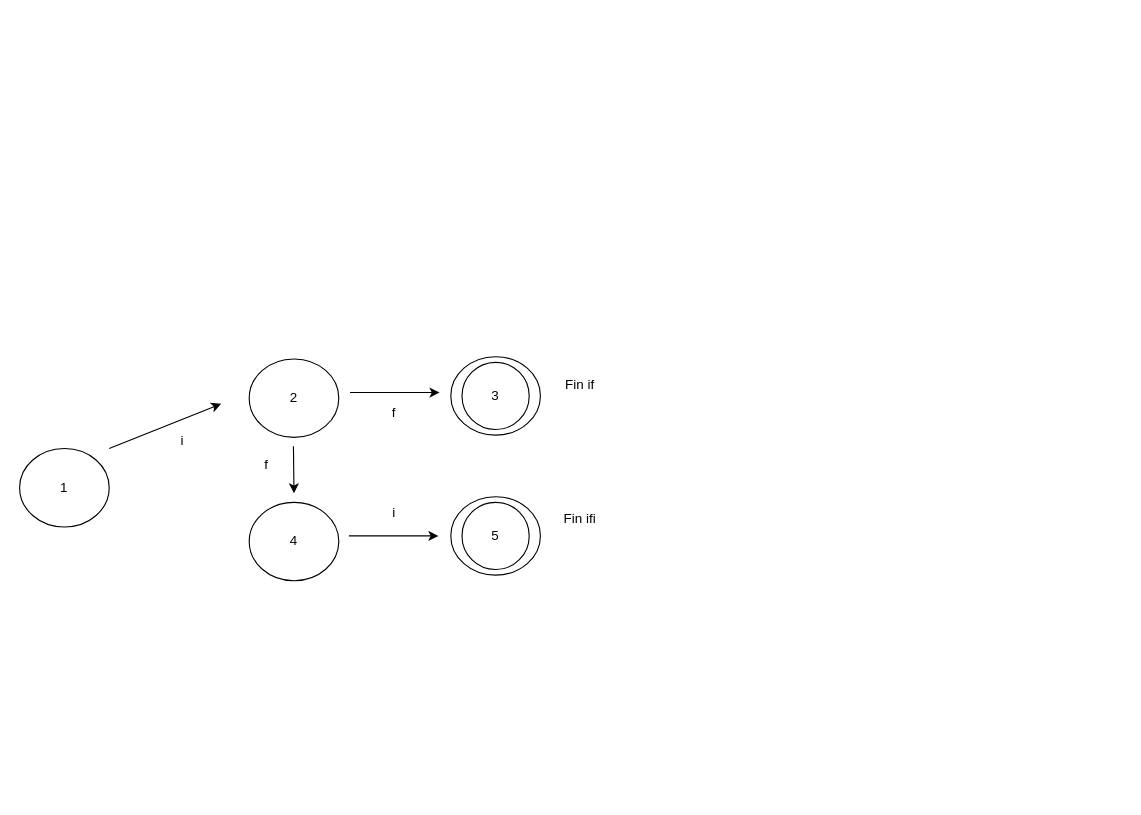
Earlier version of the draw.io diagram Diagrama de transicion.drawio (Maxcimix/ProyectoNode). Source tidied: cells renumbered, new cells numbered last; positions are measured from the earlier drawing's top-left corner, leaving out a move shared by most shapes. Both pictures are drawn from the tidied source at 112%, with x=0, y=0 at pixel (19, 356).
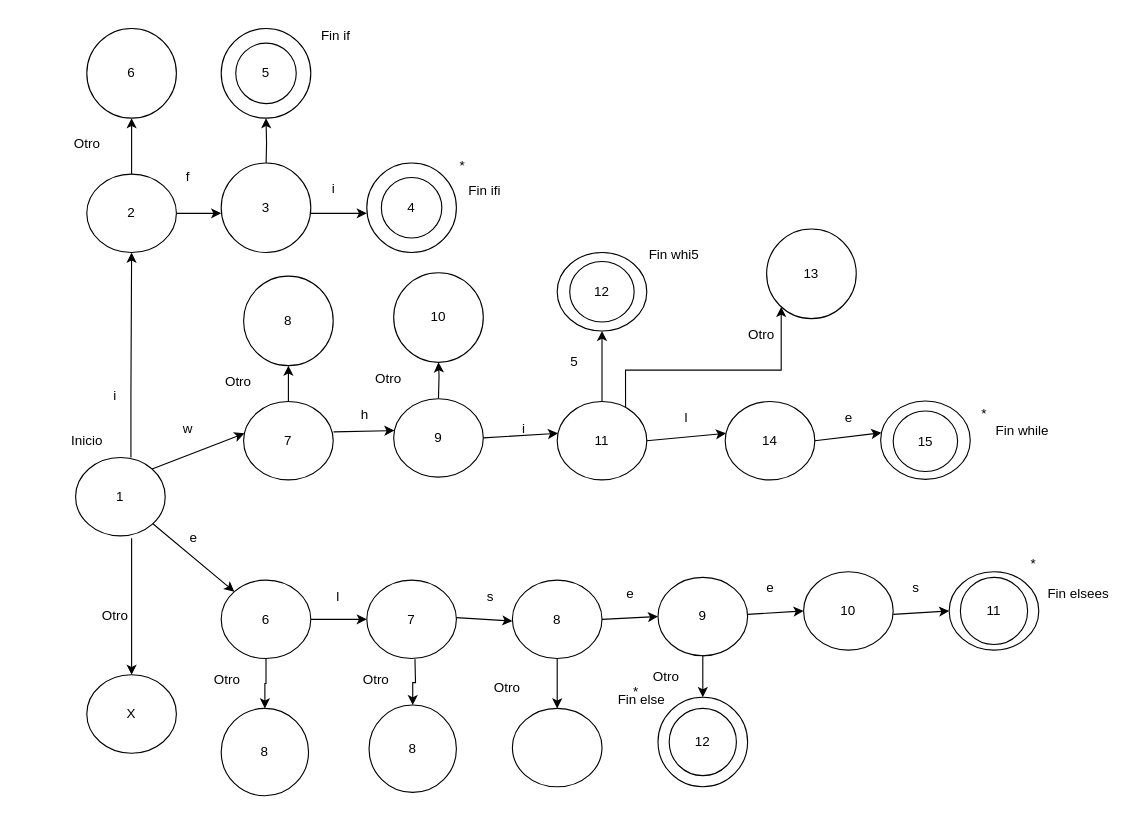
After the change.

The edit, as a diff of the source:
```diff
@@
+    <mxCell id="19" style="edgeStyle=orthogonalEdgeStyle;rounded=0;jettySize=auto;html=1;entryX=0.5;entryY=0;entryDx=0;entryDy=0;" parent="1" edge="1" target="35">
+      <mxGeometry relative="1" as="geometry">
+        <mxPoint x="100" y="162" as="sourcePoint" />
+        <Array as="points">
+          <mxPoint x="100" y="279" />
+        </Array>
+      </mxGeometry>
+    </mxCell>
     <mxCell id="2" value="1" style="ellipse;whiteSpace=wrap;html=1;" parent="1" vertex="1">
-      <mxGeometry y="82" width="80" height="70" as="geometry" />
+      <mxGeometry x="50" y="90" width="80" height="70" as="geometry" />
     </mxCell>
-    <mxCell id="3" style="endArrow=classic;html=1;rounded=0;" parent="1" edge="1">
-      <mxGeometry relative="1" as="geometry">
-        <mxPoint x="80" y="82" as="sourcePoint" />
-        <mxPoint x="180" y="42" as="targetPoint" />
-      </mxGeometry>
-    </mxCell>
-    <mxCell id="4" value="i" style="text;html=1;align=center;verticalAlign=middle;strokeColor=none;fillColor=none;" parent="1" vertex="1">
-      <mxGeometry x="130" y="60" width="30" height="30" as="geometry" />
-    </mxCell>
+    <mxCell id="20" style="endArrow=classic;html=1;rounded=0;entryX=0;entryY=0;entryDx=0;entryDy=0;" parent="1" edge="1" source="2" target="22">
+      <mxGeometry relative="1" as="geometry" />
+    </mxCell>
+    <mxCell id="21" style="edgeStyle=orthogonalEdgeStyle;rounded=0;jettySize=auto;html=1;entryX=0.5;entryY=0;entryDx=0;entryDy=0;" parent="1" edge="1" source="22" target="95">
+      <mxGeometry relative="1" as="geometry" />
+    </mxCell>
+    <mxCell id="22" value="6" style="ellipse;whiteSpace=wrap;html=1;" parent="1" vertex="1">
+      <mxGeometry x="180" y="199.5" width="80" height="70" as="geometry" />
+    </mxCell>
+    <mxCell id="23" value="e" style="text;html=1;align=center;verticalAlign=middle;strokeColor=none;fillColor=none;" parent="1" vertex="1">
+      <mxGeometry x="140" y="147" width="30" height="30" as="geometry" />
+    </mxCell>
+    <mxCell id="24" value="8" style="ellipse;whiteSpace=wrap;html=1;" parent="1" vertex="1">
+      <mxGeometry x="440" y="199.5" width="80" height="70" as="geometry" />
+    </mxCell>
+    <mxCell id="25" value="9" style="ellipse;whiteSpace=wrap;html=1;" parent="1" vertex="1">
+      <mxGeometry x="570" y="197" width="80" height="70" as="geometry" />
+    </mxCell>
+    <mxCell id="26" style="endArrow=classic;html=1;rounded=0;exitX=1;exitY=0.5;exitDx=0;exitDy=0;entryX=0;entryY=0.5;entryDx=0;entryDy=0;" parent="1" edge="1" source="24" target="25">
+      <mxGeometry relative="1" as="geometry" />
+    </mxCell>
+    <mxCell id="27" value="7" style="ellipse;whiteSpace=wrap;html=1;" parent="1" vertex="1">
+      <mxGeometry x="310" y="199.5" width="80" height="70" as="geometry" />
+    </mxCell>
+    <mxCell id="28" style="endArrow=classic;html=1;rounded=0;exitX=1;exitY=0.5;exitDx=0;exitDy=0;entryX=0;entryY=0.5;entryDx=0;entryDy=0;" parent="1" edge="1" source="22" target="27">
+      <mxGeometry relative="1" as="geometry" />
+    </mxCell>
+    <mxCell id="29" style="endArrow=classic;html=1;rounded=0;exitX=1;exitY=0.5;exitDx=0;exitDy=0;entryX=0;entryY=0.5;entryDx=0;entryDy=0;" parent="1" edge="1">
+      <mxGeometry relative="1" as="geometry">
+        <mxPoint x="390" y="233" as="sourcePoint" />
+        <mxPoint x="440" y="236" as="targetPoint" />
+      </mxGeometry>
+    </mxCell>
+    <mxCell id="30" value="l" style="text;html=1;align=center;verticalAlign=middle;strokeColor=none;fillColor=none;" parent="1" vertex="1">
+      <mxGeometry x="269" y="199.5" width="30" height="30" as="geometry" />
+    </mxCell>
+    <mxCell id="31" value="s" style="text;html=1;align=center;verticalAlign=middle;strokeColor=none;fillColor=none;" parent="1" vertex="1">
+      <mxGeometry x="405" y="199.5" width="30" height="30" as="geometry" />
+    </mxCell>
+    <mxCell id="32" value="e" style="text;html=1;align=center;verticalAlign=middle;strokeColor=none;fillColor=none;" parent="1" vertex="1">
+      <mxGeometry x="530" y="197" width="30" height="30" as="geometry" />
+    </mxCell>
+    <mxCell id="33" value="Fin elsees" style="text;html=1;align=center;verticalAlign=middle;strokeColor=none;fillColor=none;" parent="1" vertex="1">
+      <mxGeometry x="905" y="197" width="80" height="30" as="geometry" />
+    </mxCell>
+    <mxCell id="34" value="Inicio" style="text;html=1;align=center;verticalAlign=middle;strokeColor=none;fillColor=none;" parent="1" vertex="1">
+      <mxGeometry x="35" y="60" width="50" height="30" as="geometry" />
+    </mxCell>
+    <mxCell id="35" value="X" style="ellipse;whiteSpace=wrap;html=1;" parent="1" vertex="1">
+      <mxGeometry x="60" y="284" width="80" height="70" as="geometry" />
+    </mxCell>
+    <mxCell id="36" value="10" style="ellipse;whiteSpace=wrap;html=1;" parent="1" vertex="1">
+      <mxGeometry x="700" y="192" width="80" height="70" as="geometry" />
+    </mxCell>
+    <mxCell id="37" style="endArrow=classic;html=1;rounded=0;exitX=1;exitY=0.5;exitDx=0;exitDy=0;entryX=0;entryY=0.5;entryDx=0;entryDy=0;" parent="1" edge="1" target="36">
+      <mxGeometry relative="1" as="geometry">
+        <mxPoint x="650" y="230" as="sourcePoint" />
+      </mxGeometry>
+    </mxCell>
+    <mxCell id="38" value="e" style="text;html=1;align=center;verticalAlign=middle;strokeColor=none;fillColor=none;" parent="1" vertex="1">
+      <mxGeometry x="655" y="192" width="30" height="30" as="geometry" />
+    </mxCell>
+    <mxCell id="39" style="ellipse;whiteSpace=wrap;html=1;" parent="1" vertex="1">
+      <mxGeometry x="830" y="192" width="80" height="70" as="geometry" />
+    </mxCell>
+    <mxCell id="40" style="endArrow=classic;html=1;rounded=0;exitX=1;exitY=0.5;exitDx=0;exitDy=0;entryX=0;entryY=0.5;entryDx=0;entryDy=0;" parent="1" edge="1" target="39">
+      <mxGeometry relative="1" as="geometry">
+        <mxPoint x="780" y="230" as="sourcePoint" />
+      </mxGeometry>
+    </mxCell>
+    <mxCell id="41" value="s" style="text;html=1;align=center;verticalAlign=middle;strokeColor=none;fillColor=none;" parent="1" vertex="1">
+      <mxGeometry x="785" y="192" width="30" height="30" as="geometry" />
+    </mxCell>
+    <mxCell id="42" value="11" style="ellipse;whiteSpace=wrap;html=1;" parent="1" vertex="1">
+      <mxGeometry x="840" y="197" width="60" height="60" as="geometry" />
+    </mxCell>
+    <mxCell id="43" style="endArrow=classic;html=1;rounded=0;entryX=0.5;entryY=0;entryDx=0;entryDy=0;" parent="1" edge="1" source="24" target="44">
+      <mxGeometry relative="1" as="geometry" />
+    </mxCell>
+    <mxCell id="44" style="ellipse;whiteSpace=wrap;html=1;" parent="1" vertex="1">
+      <mxGeometry x="440" y="314" width="80" height="70" as="geometry" />
+    </mxCell>
+    <mxCell id="45" value="Otro" style="text;html=1;align=center;verticalAlign=middle;strokeColor=none;fillColor=none;" parent="1" vertex="1">
+      <mxGeometry x="410" y="281" width="50" height="30" as="geometry" />
+    </mxCell>
+    <mxCell id="46" value="*" style="text;html=1;align=center;verticalAlign=middle;strokeColor=none;fillColor=none;" parent="1" vertex="1">
+      <mxGeometry x="535" y="284" width="30" height="30" as="geometry" />
+    </mxCell>
+    <mxCell id="47" value="*" style="text;html=1;align=center;verticalAlign=middle;strokeColor=none;fillColor=none;" parent="1" vertex="1">
+      <mxGeometry x="890" y="169.5" width="30" height="30" as="geometry" />
+    </mxCell>
+    <mxCell id="48" value="Fin else" style="text;html=1;align=center;verticalAlign=middle;strokeColor=none;fillColor=none;" parent="1" vertex="1">
+      <mxGeometry x="520" y="292" width="70" height="30" as="geometry" />
+    </mxCell>
+    <mxCell id="49" style="endArrow=classic;html=1;rounded=0;exitX=1;exitY=0;exitDx=0;exitDy=0;entryX=0.008;entryY=0.406;entryDx=0;entryDy=0;entryPerimeter=0;" parent="1" edge="1" source="2" target="50">
+      <mxGeometry relative="1" as="geometry" />
+    </mxCell>
+    <mxCell id="50" value="7" style="ellipse;whiteSpace=wrap;html=1;" parent="1" vertex="1">
+      <mxGeometry x="200" y="40" width="80" height="70" as="geometry" />
+    </mxCell>
+    <mxCell id="51" value="w" style="text;html=1;align=center;verticalAlign=middle;strokeColor=none;fillColor=none;" parent="1" vertex="1">
+      <mxGeometry x="135" y="50" width="30" height="30" as="geometry" />
+    </mxCell>
+    <mxCell id="52" style="endArrow=classic;html=1;rounded=0;exitX=1.004;exitY=0.387;exitDx=0;exitDy=0;exitPerimeter=0;entryX=0.008;entryY=0.406;entryDx=0;entryDy=0;entryPerimeter=0;" parent="1" edge="1" source="50" target="53">
+      <mxGeometry relative="1" as="geometry" />
+    </mxCell>
+    <mxCell id="53" value="9" style="ellipse;whiteSpace=wrap;html=1;" parent="1" vertex="1">
+      <mxGeometry x="334" y="37.5" width="80" height="70" as="geometry" />
+    </mxCell>
+    <mxCell id="54" value="h" style="text;html=1;align=center;verticalAlign=middle;strokeColor=none;fillColor=none;" parent="1" vertex="1">
+      <mxGeometry x="293" y="37" width="30" height="30" as="geometry" />
+    </mxCell>
+    <mxCell id="55" style="endArrow=classic;html=1;rounded=0;exitX=1;exitY=0.5;exitDx=0;exitDy=0;entryX=0.008;entryY=0.406;entryDx=0;entryDy=0;entryPerimeter=0;" parent="1" edge="1" source="53" target="56">
+      <mxGeometry relative="1" as="geometry" />
+    </mxCell>
+    <mxCell id="56" value="11" style="ellipse;whiteSpace=wrap;html=1;" parent="1" vertex="1">
+      <mxGeometry x="480" y="40" width="80" height="70" as="geometry" />
+    </mxCell>
+    <mxCell id="57" value="i" style="text;html=1;align=center;verticalAlign=middle;strokeColor=none;fillColor=none;" parent="1" vertex="1">
+      <mxGeometry x="435" y="50" width="30" height="30" as="geometry" />
+    </mxCell>
+    <mxCell id="58" value="Otro" style="text;html=1;align=center;verticalAlign=middle;strokeColor=none;fillColor=none;" parent="1" vertex="1">
+      <mxGeometry x="60" y="216.5" width="50" height="30" as="geometry" />
+    </mxCell>
+    <mxCell id="59" style="endArrow=classic;html=1;rounded=0;exitX=0.5;exitY=0;exitDx=0;exitDy=0;entryX=0.5;entryY=1;entryDx=0;entryDy=0;" parent="1" edge="1" source="56" target="70">
+      <mxGeometry relative="1" as="geometry" />
+    </mxCell>
+    <mxCell id="60" value="5" style="text;html=1;align=center;verticalAlign=middle;strokeColor=none;fillColor=none;" parent="1" vertex="1">
+      <mxGeometry x="480" y="-10" width="30" height="30" as="geometry" />
+    </mxCell>
+    <mxCell id="61" style="endArrow=classic;html=1;rounded=0;exitX=1;exitY=0.5;exitDx=0;exitDy=0;entryX=0.008;entryY=0.406;entryDx=0;entryDy=0;entryPerimeter=0;" parent="1" edge="1" source="56" target="62">
+      <mxGeometry relative="1" as="geometry" />
+    </mxCell>
+    <mxCell id="62" value="14" style="ellipse;whiteSpace=wrap;html=1;" parent="1" vertex="1">
+      <mxGeometry x="630" y="40" width="80" height="70" as="geometry" />
+    </mxCell>
+    <mxCell id="63" value="l" style="text;html=1;align=center;verticalAlign=middle;strokeColor=none;fillColor=none;" parent="1" vertex="1">
+      <mxGeometry x="580" y="40" width="30" height="30" as="geometry" />
+    </mxCell>
+    <mxCell id="64" style="endArrow=classic;html=1;rounded=0;exitX=1;exitY=0.5;exitDx=0;exitDy=0;entryX=0.008;entryY=0.406;entryDx=0;entryDy=0;entryPerimeter=0;" parent="1" edge="1" source="62" target="65">
+      <mxGeometry relative="1" as="geometry" />
+    </mxCell>
+    <mxCell id="65" style="ellipse;whiteSpace=wrap;html=1;" parent="1" vertex="1">
+      <mxGeometry x="768.8" y="39.5" width="80" height="70" as="geometry" />
+    </mxCell>
+    <mxCell id="66" value="e" style="text;html=1;align=center;verticalAlign=middle;strokeColor=none;fillColor=none;" parent="1" vertex="1">
+      <mxGeometry x="725" y="40" width="30" height="30" as="geometry" />
+    </mxCell>
+    <mxCell id="67" value="15" style="ellipse;whiteSpace=wrap;html=1;" parent="1" vertex="1">
+      <mxGeometry x="780" y="48.5" width="57.5" height="54" as="geometry" />
+    </mxCell>
+    <mxCell id="68" value="*" style="text;html=1;align=center;verticalAlign=middle;strokeColor=none;fillColor=none;" parent="1" vertex="1">
+      <mxGeometry x="846.2" y="35.5" width="30" height="30" as="geometry" />
+    </mxCell>
+    <mxCell id="69" value="Fin while" style="text;html=1;align=center;verticalAlign=middle;strokeColor=none;fillColor=none;" parent="1" vertex="1">
+      <mxGeometry x="860" y="51" width="70" height="30" as="geometry" />
+    </mxCell>
+    <mxCell id="70" style="ellipse;whiteSpace=wrap;html=1;" parent="1" vertex="1">
+      <mxGeometry x="480" y="-93" width="80" height="70" as="geometry" />
+    </mxCell>
+    <mxCell id="71" value="12" style="ellipse;whiteSpace=wrap;html=1;" parent="1" vertex="1">
+      <mxGeometry x="491.2" y="-85" width="57.5" height="54" as="geometry" />
+    </mxCell>
+    <mxCell id="72" value="Fin whi5" style="text;html=1;align=center;verticalAlign=middle;strokeColor=none;fillColor=none;" parent="1" vertex="1">
+      <mxGeometry x="548.8" y="-106" width="70" height="30" as="geometry" />
+    </mxCell>
+    <mxCell id="73" style="endArrow=classic;html=1;rounded=0;exitX=0.5;exitY=0;exitDx=0;exitDy=0;entryX=0.5;entryY=1;entryDx=0;entryDy=0;" parent="1" edge="1" target="5">
+      <mxGeometry relative="1" as="geometry">
+        <mxPoint x="99.4" y="90" as="sourcePoint" />
+        <Array as="points">
+          <mxPoint x="99.4" y="32" />
+        </Array>
+      </mxGeometry>
+    </mxCell>
+    <mxCell id="74" style="edgeStyle=orthogonalEdgeStyle;rounded=0;jettySize=auto;html=1;" parent="1" edge="1" source="5">
+      <mxGeometry relative="1" as="geometry">
+        <mxPoint x="180" y="-128" as="targetPoint" />
+      </mxGeometry>
+    </mxCell>
+    <mxCell id="75" style="edgeStyle=orthogonalEdgeStyle;rounded=0;jettySize=auto;html=1;" parent="1" edge="1" source="5" target="83">
+      <mxGeometry relative="1" as="geometry" />
+    </mxCell>
     <mxCell id="5" value="2" style="ellipse;whiteSpace=wrap;html=1;" parent="1" vertex="1">
-      <mxGeometry x="205" y="2" width="80" height="70" as="geometry" />
+      <mxGeometry x="60" y="-163" width="80" height="70" as="geometry" />
     </mxCell>
-    <mxCell id="6" style="ellipse;whiteSpace=wrap;html=1;" parent="1" vertex="1">
-      <mxGeometry x="385" width="80" height="70" as="geometry" />
-    </mxCell>
-    <mxCell id="7" style="endArrow=classic;html=1;rounded=0;" parent="1" edge="1">
-      <mxGeometry relative="1" as="geometry">
-        <mxPoint x="295" y="32" as="sourcePoint" />
-        <mxPoint x="375" y="32" as="targetPoint" />
-      </mxGeometry>
-    </mxCell>
-    <mxCell id="8" value="f" style="text;html=1;align=center;verticalAlign=middle;strokeColor=none;fillColor=none;" parent="1" vertex="1">
-      <mxGeometry x="318.5" y="35" width="30" height="30" as="geometry" />
-    </mxCell>
+    <mxCell id="76" value="i" style="text;html=1;align=center;verticalAlign=middle;strokeColor=none;fillColor=none;" parent="1" vertex="1">
+      <mxGeometry x="70" y="20" width="30" height="30" as="geometry" />
+    </mxCell>
+    <mxCell id="77" style="edgeStyle=orthogonalEdgeStyle;rounded=0;orthogonalLoop=1;jettySize=auto;html=1;" parent="1" edge="1">
+      <mxGeometry relative="1" as="geometry">
+        <mxPoint x="260" y="-128" as="sourcePoint" />
+        <mxPoint x="310" y="-128" as="targetPoint" />
+      </mxGeometry>
+    </mxCell>
+    <mxCell id="78" style="edgeStyle=orthogonalEdgeStyle;rounded=0;jettySize=auto;html=1;entryX=0.5;entryY=1;entryDx=0;entryDy=0;" parent="1" edge="1" target="84">
+      <mxGeometry relative="1" as="geometry">
+        <mxPoint x="220" y="-168" as="sourcePoint" />
+      </mxGeometry>
+    </mxCell>
     <mxCell id="9" value="3" style="ellipse;whiteSpace=wrap;html=1;" parent="1" vertex="1">
-      <mxGeometry x="395" y="5" width="60" height="60" as="geometry" />
+      <mxGeometry x="180" y="-173" width="80" height="80" as="geometry" />
     </mxCell>
-    <mxCell id="10" style="endArrow=classic;html=1;rounded=0;" parent="1" edge="1">
-      <mxGeometry relative="1" as="geometry">
-        <mxPoint x="244.5" y="80" as="sourcePoint" />
-        <mxPoint x="245" y="122" as="targetPoint" />
-      </mxGeometry>
-    </mxCell>
+    <mxCell id="79" value="f" style="text;html=1;align=center;verticalAlign=middle;strokeColor=none;fillColor=none;" parent="1" vertex="1">
+      <mxGeometry x="135" y="-175" width="30" height="30" as="geometry" />
+    </mxCell>
+    <mxCell id="80" style="ellipse;whiteSpace=wrap;html=1;" parent="1" vertex="1">
+      <mxGeometry x="310" y="-173" width="80" height="80" as="geometry" />
+    </mxCell>
     <mxCell id="11" value="4" style="ellipse;whiteSpace=wrap;html=1;" parent="1" vertex="1">
-      <mxGeometry x="205" y="130" width="80" height="70" as="geometry" />
+      <mxGeometry x="323" y="-160" width="54" height="54" as="geometry" />
     </mxCell>
-    <mxCell id="12" style="ellipse;whiteSpace=wrap;html=1;" parent="1" vertex="1">
-      <mxGeometry x="385" y="125" width="80" height="70" as="geometry" />
-    </mxCell>
-    <mxCell id="13" style="endArrow=classic;html=1;rounded=0;" parent="1" edge="1">
-      <mxGeometry relative="1" as="geometry">
-        <mxPoint x="294" y="160" as="sourcePoint" />
-        <mxPoint x="374" y="160" as="targetPoint" />
-      </mxGeometry>
-    </mxCell>
-    <mxCell id="14" value="f" style="text;html=1;align=center;verticalAlign=middle;strokeColor=none;fillColor=none;" parent="1" vertex="1">
-      <mxGeometry x="205" y="82" width="30" height="30" as="geometry" />
-    </mxCell>
+    <mxCell id="18" value="Fin ifi" style="text;html=1;align=center;verticalAlign=middle;strokeColor=none;fillColor=none;" parent="1" vertex="1">
+      <mxGeometry x="390" y="-163" width="50" height="30" as="geometry" />
+    </mxCell>
+    <mxCell id="81" value="*" style="text;html=1;align=center;verticalAlign=middle;strokeColor=none;fillColor=none;" parent="1" vertex="1">
+      <mxGeometry x="380" y="-185" width="30" height="30" as="geometry" />
+    </mxCell>
+    <mxCell id="82" value="i" style="text;html=1;align=center;verticalAlign=middle;strokeColor=none;fillColor=none;" parent="1" vertex="1">
+      <mxGeometry x="265" y="-165" width="30" height="30" as="geometry" />
+    </mxCell>
+    <mxCell id="83" value="6" style="ellipse;whiteSpace=wrap;html=1;" parent="1" vertex="1">
+      <mxGeometry x="60" y="-293" width="80" height="80" as="geometry" />
+    </mxCell>
+    <mxCell id="84" style="ellipse;whiteSpace=wrap;html=1;" parent="1" vertex="1">
+      <mxGeometry x="180" y="-293" width="80" height="80" as="geometry" />
+    </mxCell>
     <mxCell id="15" value="5" style="ellipse;whiteSpace=wrap;html=1;" parent="1" vertex="1">
-      <mxGeometry x="395" y="130" width="60" height="60" as="geometry" />
+      <mxGeometry x="193" y="-280" width="54" height="54" as="geometry" />
     </mxCell>
-    <mxCell id="16" value="i" style="text;html=1;align=center;verticalAlign=middle;strokeColor=none;fillColor=none;" parent="1" vertex="1">
-      <mxGeometry x="319" y="125" width="30" height="30" as="geometry" />
-    </mxCell>
     <mxCell id="17" value="Fin if" style="text;html=1;align=center;verticalAlign=middle;strokeColor=none;fillColor=none;" parent="1" vertex="1">
-      <mxGeometry x="475" y="10" width="50" height="30" as="geometry" />
+      <mxGeometry x="257" y="-301" width="50" height="30" as="geometry" />
     </mxCell>
-    <mxCell id="18" value="Fin ifi" style="text;html=1;align=center;verticalAlign=middle;strokeColor=none;fillColor=none;" parent="1" vertex="1">
-      <mxGeometry x="475" y="130" width="50" height="30" as="geometry" />
-    </mxCell>
+    <mxCell id="85" value="Otro" style="text;html=1;align=center;verticalAlign=middle;strokeColor=none;fillColor=none;" parent="1" vertex="1">
+      <mxGeometry x="35" y="-205" width="50" height="30" as="geometry" />
+    </mxCell>
+    <mxCell id="86" style="edgeStyle=orthogonalEdgeStyle;rounded=0;jettySize=auto;html=1;exitX=0.5;exitY=0;exitDx=0;exitDy=0;" parent="1" edge="1" source="50" target="87">
+      <mxGeometry relative="1" as="geometry" />
+    </mxCell>
+    <mxCell id="87" value="8" style="ellipse;whiteSpace=wrap;html=1;" parent="1" vertex="1">
+      <mxGeometry x="200" y="-72" width="80" height="80" as="geometry" />
+    </mxCell>
+    <mxCell id="88" value="Otro" style="text;html=1;align=center;verticalAlign=middle;strokeColor=none;fillColor=none;" parent="1" vertex="1">
+      <mxGeometry x="170" y="7.5" width="50" height="30" as="geometry" />
+    </mxCell>
+    <mxCell id="89" style="edgeStyle=orthogonalEdgeStyle;rounded=0;jettySize=auto;html=1;exitX=0.5;exitY=0;exitDx=0;exitDy=0;" parent="1" edge="1" target="90">
+      <mxGeometry relative="1" as="geometry">
+        <mxPoint x="374" y="37" as="sourcePoint" />
+      </mxGeometry>
+    </mxCell>
+    <mxCell id="90" value="10" style="ellipse;whiteSpace=wrap;html=1;" parent="1" vertex="1">
+      <mxGeometry x="334" y="-75" width="80" height="80" as="geometry" />
+    </mxCell>
+    <mxCell id="91" value="Otro" style="text;html=1;align=center;verticalAlign=middle;strokeColor=none;fillColor=none;" parent="1" vertex="1">
+      <mxGeometry x="304" y="4.5" width="50" height="30" as="geometry" />
+    </mxCell>
+    <mxCell id="92" style="edgeStyle=orthogonalEdgeStyle;rounded=0;jettySize=auto;html=1;exitX=0.763;exitY=0.075;exitDx=0;exitDy=0;exitPerimeter=0;" parent="1" edge="1" source="56" target="93">
+      <mxGeometry relative="1" as="geometry">
+        <Array as="points">
+          <mxPoint x="541" y="12" />
+          <mxPoint x="680" y="12" />
+        </Array>
+      </mxGeometry>
+    </mxCell>
+    <mxCell id="93" value="13" style="ellipse;whiteSpace=wrap;html=1;" parent="1" vertex="1">
+      <mxGeometry x="667" y="-114" width="80" height="80" as="geometry" />
+    </mxCell>
+    <mxCell id="94" value="Otro" style="text;html=1;align=center;verticalAlign=middle;strokeColor=none;fillColor=none;" parent="1" vertex="1">
+      <mxGeometry x="637" y="-34.5" width="50" height="30" as="geometry" />
+    </mxCell>
+    <mxCell id="95" value="8" style="ellipse;whiteSpace=wrap;html=1;" parent="1" vertex="1">
+      <mxGeometry x="180" y="314" width="78" height="78" as="geometry" />
+    </mxCell>
+    <mxCell id="96" value="Otro" style="text;html=1;align=center;verticalAlign=middle;strokeColor=none;fillColor=none;" parent="1" vertex="1">
+      <mxGeometry x="160" y="274" width="50" height="30" as="geometry" />
+    </mxCell>
+    <mxCell id="97" style="edgeStyle=orthogonalEdgeStyle;rounded=0;jettySize=auto;html=1;entryX=0.5;entryY=0;entryDx=0;entryDy=0;" parent="1" edge="1" target="98">
+      <mxGeometry relative="1" as="geometry">
+        <mxPoint x="353" y="270" as="sourcePoint" />
+      </mxGeometry>
+    </mxCell>
+    <mxCell id="98" value="8" style="ellipse;whiteSpace=wrap;html=1;" parent="1" vertex="1">
+      <mxGeometry x="312" y="311" width="78" height="78" as="geometry" />
+    </mxCell>
+    <mxCell id="99" value="Otro" style="text;html=1;align=center;verticalAlign=middle;strokeColor=none;fillColor=none;" parent="1" vertex="1">
+      <mxGeometry x="293" y="274" width="50" height="30" as="geometry" />
+    </mxCell>
+    <mxCell id="100" style="edgeStyle=orthogonalEdgeStyle;rounded=0;jettySize=auto;html=1;entryX=0.5;entryY=0;entryDx=0;entryDy=0;" parent="1" edge="1" target="101">
+      <mxGeometry relative="1" as="geometry">
+        <mxPoint x="612" y="267" as="sourcePoint" />
+      </mxGeometry>
+    </mxCell>
+    <mxCell id="101" style="ellipse;whiteSpace=wrap;html=1;" parent="1" vertex="1">
+      <mxGeometry x="570" y="304" width="80" height="80" as="geometry" />
+    </mxCell>
+    <mxCell id="102" value="Otro" style="text;html=1;align=center;verticalAlign=middle;strokeColor=none;fillColor=none;" parent="1" vertex="1">
+      <mxGeometry x="552" y="271" width="50" height="30" as="geometry" />
+    </mxCell>
+    <mxCell id="103" value="12" style="ellipse;whiteSpace=wrap;html=1;" parent="1" vertex="1">
+      <mxGeometry x="580" y="314" width="60" height="60" as="geometry" />
+    </mxCell>
```
